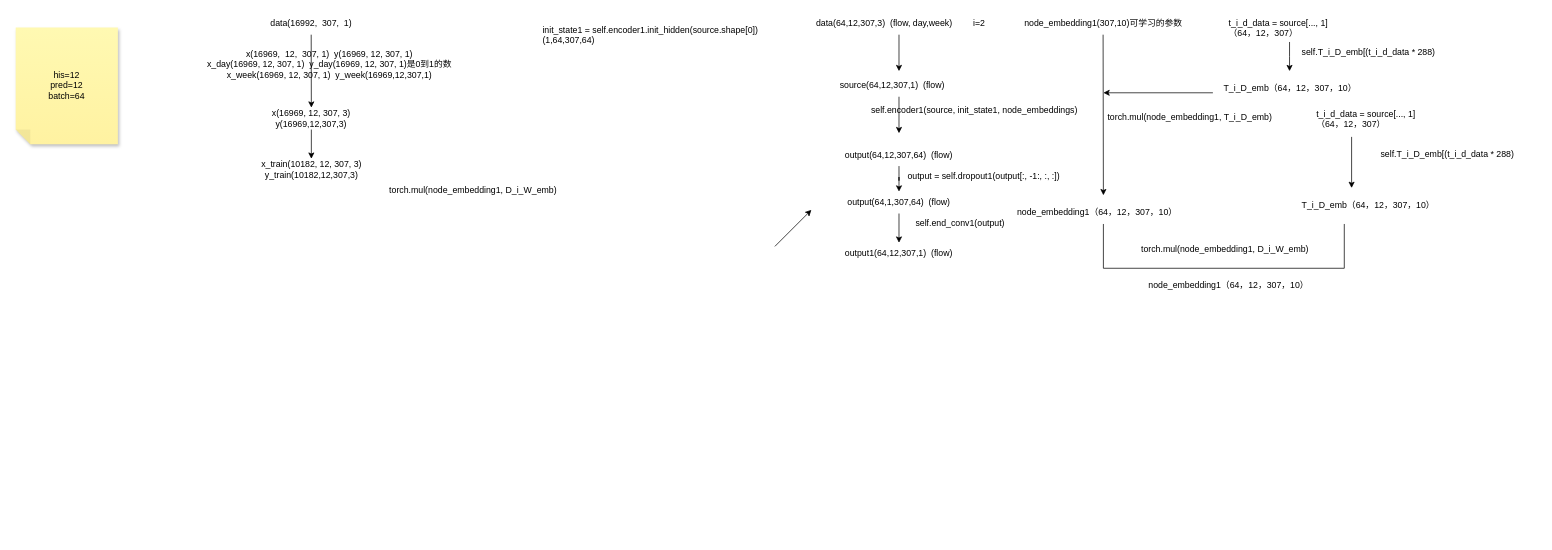
Earlier version of the draw.io diagram DDGCRN/DDGCRN.drawio (turmony/ModelInfo). Source tidied: cells renumbered, new cells numbered last; positions are measured from the earlier drawing's top-left corner, leaving out a move shared by most shapes. Both pictures are drawn from the tidied source at 73%, with x=0, y=0 at pixel (15, 12).
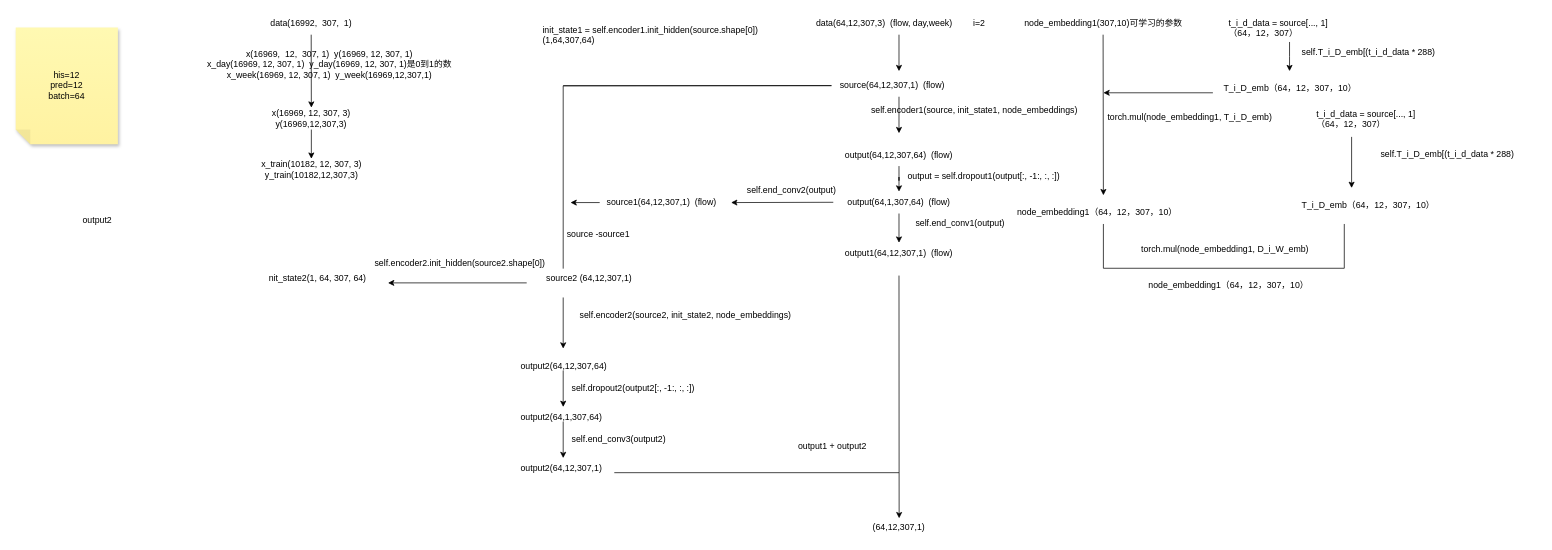
Above is the later version.

The edit, as a diff of the source:
```diff
@@
-    <mxCell id="26" value="torch.mul(node_embedding1, D_i_W_emb)" style="text;whiteSpace=wrap;html=1;" parent="1" vertex="1">
-      <mxGeometry x="510" y="230" width="260" height="40" as="geometry" />
-    </mxCell>
@@
     <mxCell id="40" style="endArrow=classic;html=1;rounded=0;" parent="1" edge="1">
       <mxGeometry relative="1" as="geometry">
-        <mxPoint x="1040" y="320" as="sourcePoint" />
-        <mxPoint x="1090" y="270" as="targetPoint" />
+        <mxPoint x="1120" y="259.6" as="sourcePoint" />
+        <mxPoint x="980" y="260" as="targetPoint" />
       </mxGeometry>
     </mxCell>
+    <mxCell id="41" value="self.end_conv2(output)" style="text;whiteSpace=wrap;html=1;" parent="1" vertex="1">
+      <mxGeometry x="1000" y="230" width="160" height="20" as="geometry" />
+    </mxCell>
+    <mxCell id="42" value="source1(64,12,307,1)&amp;nbsp; (flow)" style="text;strokeColor=none;align=center;fillColor=none;html=1;verticalAlign=middle;whiteSpace=wrap;rounded=0;" parent="1" vertex="1">
+      <mxGeometry x="775" y="245" width="220" height="30" as="geometry" />
+    </mxCell>
+    <mxCell id="43" style="endArrow=none;html=1;rounded=0;" parent="1" edge="1">
+      <mxGeometry relative="1" as="geometry">
+        <mxPoint x="750" y="100" as="sourcePoint" />
+        <mxPoint x="1117.5" y="99.8" as="targetPoint" />
+        <Array as="points">
+          <mxPoint x="1117.5" y="99.8" />
+        </Array>
+      </mxGeometry>
+    </mxCell>
+    <mxCell id="44" style="endArrow=none;html=1;rounded=0;" parent="1" edge="1">
+      <mxGeometry relative="1" as="geometry">
+        <mxPoint x="750" y="100" as="sourcePoint" />
+        <mxPoint x="1117.5" y="99.8" as="targetPoint" />
+        <Array as="points">
+          <mxPoint x="1117.5" y="99.8" />
+        </Array>
+      </mxGeometry>
+    </mxCell>
+    <mxCell id="45" style="endArrow=none;html=1;rounded=0;" parent="1" edge="1">
+      <mxGeometry relative="1" as="geometry">
+        <mxPoint x="750" y="350.5" as="sourcePoint" />
+        <mxPoint x="750" y="100" as="targetPoint" />
+      </mxGeometry>
+    </mxCell>
+    <mxCell id="46" style="endArrow=classic;html=1;rounded=0;" parent="1" edge="1">
+      <mxGeometry relative="1" as="geometry">
+        <mxPoint x="800" y="260" as="sourcePoint" />
+        <mxPoint x="760" y="260" as="targetPoint" />
+      </mxGeometry>
+    </mxCell>
+    <mxCell id="47" value="&amp;nbsp;source -source1" style="text;whiteSpace=wrap;html=1;" parent="1" vertex="1">
+      <mxGeometry x="750" y="290" width="180" height="40" as="geometry" />
+    </mxCell>
+    <mxCell id="48" value="source2 (64,12,307,1)" style="text;whiteSpace=wrap;html=1;" parent="1" vertex="1">
+      <mxGeometry x="725" y="350" width="145" height="20" as="geometry" />
+    </mxCell>
+    <mxCell id="49" style="endArrow=classic;html=1;rounded=0;" parent="1" edge="1">
+      <mxGeometry relative="1" as="geometry">
+        <mxPoint x="700" y="370" as="sourcePoint" />
+        <mxPoint x="510" y="370" as="targetPoint" />
+      </mxGeometry>
+    </mxCell>
+    <mxCell id="50" value="self.encoder2.init_hidden(source2.shape[0])" style="text;whiteSpace=wrap;html=1;" parent="1" vertex="1">
+      <mxGeometry x="490" y="330" width="270" height="40" as="geometry" />
+    </mxCell>
+    <mxCell id="51" value="nit_state2(1, 64, 307, 64)" style="text;whiteSpace=wrap;html=1;" parent="1" vertex="1">
+      <mxGeometry x="345" y="350" width="150" height="30" as="geometry" />
+    </mxCell>
+    <mxCell id="52" style="endArrow=classic;html=1;rounded=0;" parent="1" edge="1">
+      <mxGeometry relative="1" as="geometry">
+        <mxPoint x="750" y="390" as="sourcePoint" />
+        <mxPoint x="750" y="460" as="targetPoint" />
+      </mxGeometry>
+    </mxCell>
+    <mxCell id="53" value="self.encoder2(source2, init_state2, node_embeddings)" style="text;whiteSpace=wrap;html=1;" parent="1" vertex="1">
+      <mxGeometry x="771" y="400" width="320" height="40" as="geometry" />
+    </mxCell>
+    <mxCell id="54" value="output2" style="text;whiteSpace=wrap;html=1;" parent="1" vertex="1">
+      <mxGeometry x="90" y="270" width="70" height="40" as="geometry" />
+    </mxCell>
+    <mxCell id="55" style="edgeStyle=orthogonalEdgeStyle;rounded=0;jettySize=auto;html=1;" parent="1" edge="1" source="56" target="58">
+      <mxGeometry relative="1" as="geometry" />
+    </mxCell>
+    <mxCell id="56" value="output2(64,12,307,64)" style="text;whiteSpace=wrap;html=1;" parent="1" vertex="1">
+      <mxGeometry x="690" y="470" width="120" height="20" as="geometry" />
+    </mxCell>
+    <mxCell id="57" style="edgeStyle=orthogonalEdgeStyle;rounded=0;jettySize=auto;html=1;" parent="1" edge="1" source="58" target="60">
+      <mxGeometry relative="1" as="geometry" />
+    </mxCell>
+    <mxCell id="58" value="output2(64,1,307,64)" style="text;whiteSpace=wrap;html=1;" parent="1" vertex="1">
+      <mxGeometry x="690" y="540" width="120" height="20" as="geometry" />
+    </mxCell>
+    <mxCell id="59" value="self.dropout2(output2[:, -1:, :, :])" style="text;whiteSpace=wrap;html=1;" parent="1" vertex="1">
+      <mxGeometry x="760" y="500" width="200" height="40" as="geometry" />
+    </mxCell>
+    <mxCell id="60" value="output2(64,12,307,1)" style="text;whiteSpace=wrap;html=1;" parent="1" vertex="1">
+      <mxGeometry x="690" y="610" width="120" height="20" as="geometry" />
+    </mxCell>
+    <mxCell id="61" value="self.end_conv3(output2)" style="text;whiteSpace=wrap;html=1;" parent="1" vertex="1">
+      <mxGeometry x="760" y="570" width="160" height="40" as="geometry" />
+    </mxCell>
+    <mxCell id="62" style="endArrow=classic;html=1;rounded=0;" parent="1" edge="1">
+      <mxGeometry relative="1" as="geometry">
+        <mxPoint x="1210" y="360" as="sourcePoint" />
+        <mxPoint x="1210.2" y="692.5" as="targetPoint" />
+      </mxGeometry>
+    </mxCell>
+    <mxCell id="63" style="endArrow=none;html=1;rounded=0;" parent="1" edge="1">
+      <mxGeometry relative="1" as="geometry">
+        <mxPoint x="820" y="630" as="sourcePoint" />
+        <mxPoint x="1210" y="630" as="targetPoint" />
+      </mxGeometry>
+    </mxCell>
+    <mxCell id="64" value="output1 + output2" style="text;whiteSpace=wrap;html=1;" parent="1" vertex="1">
+      <mxGeometry x="1070" y="580" width="130" height="40" as="geometry" />
+    </mxCell>
+    <mxCell id="65" value="(64,12,307,1)" style="text;strokeColor=none;align=center;fillColor=none;html=1;verticalAlign=middle;whiteSpace=wrap;rounded=0;" parent="1" vertex="1">
+      <mxGeometry x="1160" y="690" width="100" height="30" as="geometry" />
+    </mxCell>
```
